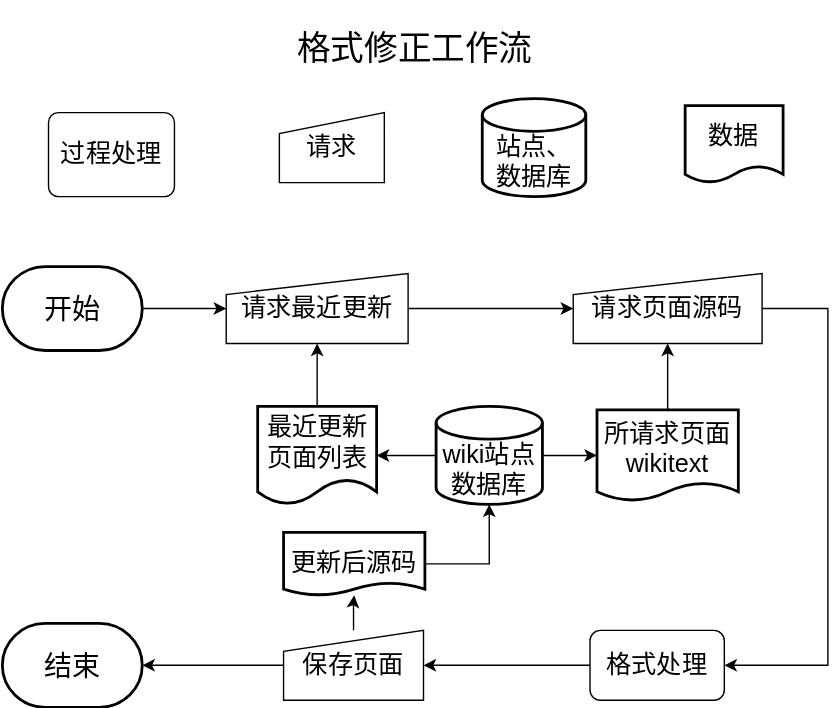
Before: workflow_auto-format.drawio.svg, a diagram exported from draw.io (ONI-Wiki-zh/workflow-summary). Source tidied: cells renumbered, new cells last; positions are measured from the earlier drawing's top-left corner, leaving out a move shared by most shapes.
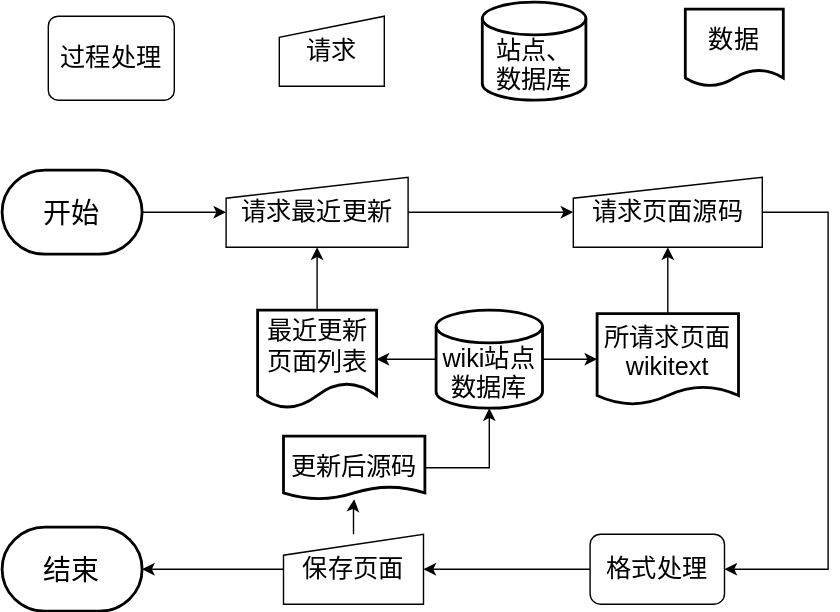
The same diagram one commit later.

Diff of the diagram source:
```diff
@@ -82,8 +82,5 @@
     <mxCell id="26" value="结束" style="strokeWidth=2;html=1;shape=mxgraph.flowchart.terminator;whiteSpace=wrap;fontSize=20;" parent="1" vertex="1">
       <mxGeometry y="445" width="100" height="60" as="geometry" />
     </mxCell>
-    <mxCell id="27" value="&lt;font style=&quot;font-size: 24px;&quot;&gt;格式修正工作流&lt;/font&gt;" style="text;html=1;strokeColor=none;fillColor=none;align=center;verticalAlign=middle;whiteSpace=wrap;rounded=0;" parent="1" vertex="1">
-      <mxGeometry x="200" width="190" height="70" as="geometry" />
-    </mxCell>
   </root>
 </mxGraphModel>
```
